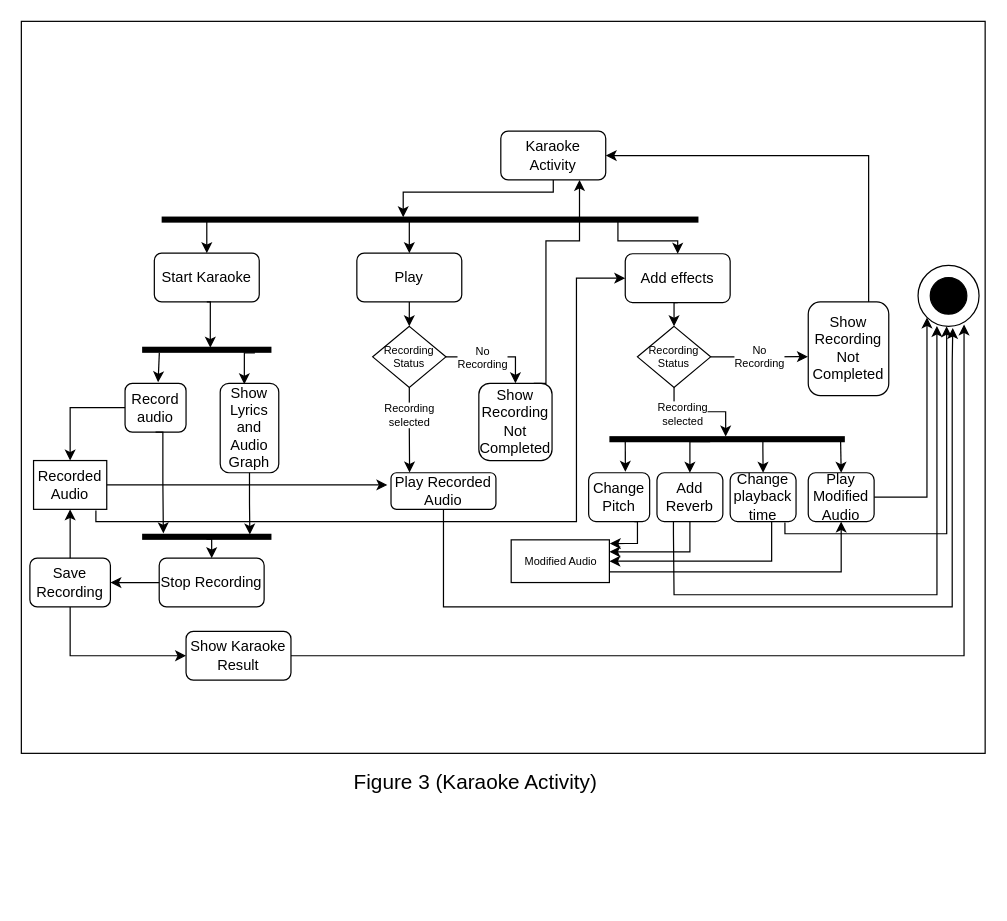
Above: page "Page-3" (3 of 3) of System Analysis/PocketKaraoke Activity Diagram.drawio in FuSan21/PocketKaraoke (draw.io), before the change. Source tidied: cells renumbered, new cells numbered last; positions are measured from the earlier drawing's top-left corner, leaving out a move shared by most shapes. Both pictures are drawn from the tidied source at 122%, with x=0, y=0 at pixel (21, 21).
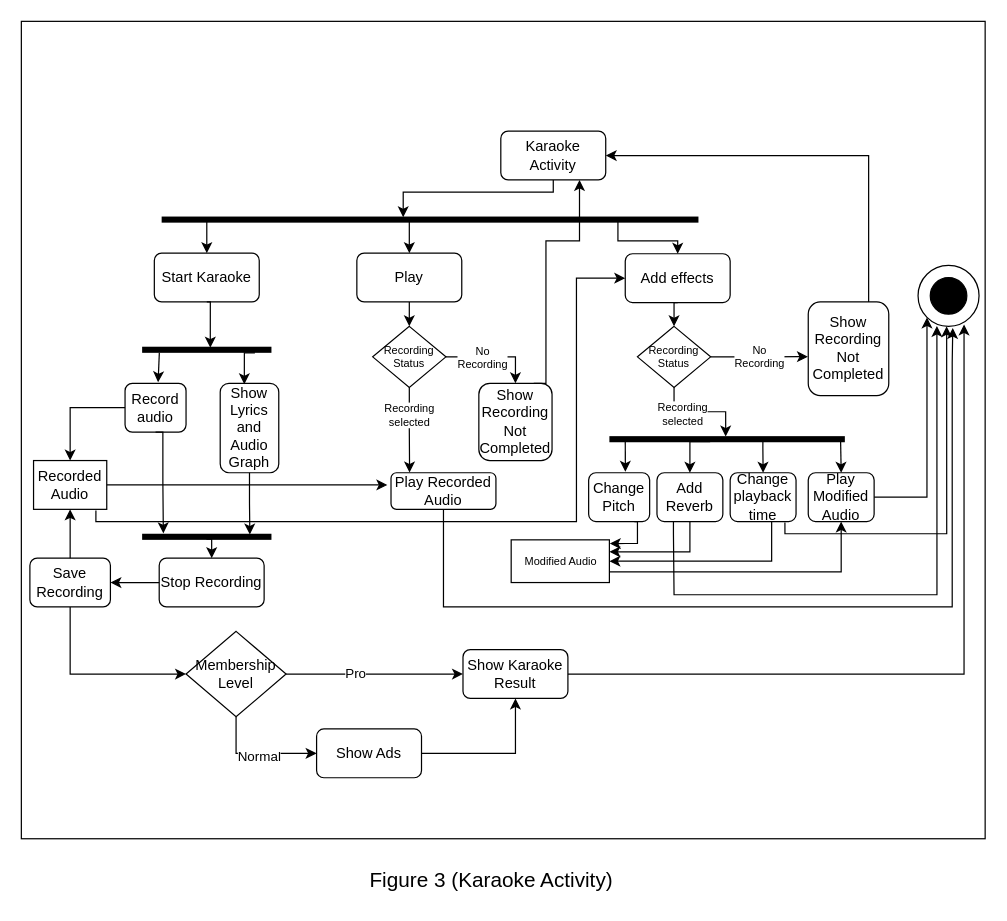
After the change.

The change refers to these unchanged cells:
```xml
<mxCell id="29" value="Save Recording" style="rounded=1;whiteSpace=wrap;html=1;fillColor=none;" parent="1" vertex="1">
  <mxGeometry x="7" y="440" width="66" height="40" as="geometry" />
</mxCell>
<mxCell id="38" style="ellipse;whiteSpace=wrap;html=1;fillColor=none;" parent="1" vertex="1">
  <mxGeometry x="735" y="200" width="50" height="50" as="geometry" />
</mxCell>
```

The edit, as a diff of the source:
```diff
@@
     <mxCell id="2" style="rounded=0;whiteSpace=wrap;html=1;fontSize=17;fillColor=none;" parent="1" vertex="1">
-      <mxGeometry width="790" height="600" as="geometry" />
+      <mxGeometry width="790" height="670" as="geometry" />
     </mxCell>
@@
-    <mxCell id="28" style="edgeStyle=orthogonalEdgeStyle;rounded=0;jettySize=auto;html=1;exitX=0.5;exitY=1;exitDx=0;exitDy=0;entryX=0;entryY=0.5;entryDx=0;entryDy=0;fontSize=9;strokeWidth=1;" parent="1" edge="1" source="29" target="68">
-      <mxGeometry relative="1" as="geometry" />
-    </mxCell>
+    <mxCell id="70" style="edgeStyle=orthogonalEdgeStyle;rounded=0;jettySize=auto;html=1;exitX=0.5;exitY=1;exitDx=0;exitDy=0;entryX=0;entryY=0.5;entryDx=0;entryDy=0;" parent="1" edge="1" source="29" target="75">
+      <mxGeometry relative="1" as="geometry" />
+    </mxCell>
@@
-    <mxCell id="67" style="edgeStyle=orthogonalEdgeStyle;rounded=0;jettySize=auto;html=1;exitX=1;exitY=0.5;exitDx=0;exitDy=0;fontSize=9;strokeWidth=1;entryX=0.754;entryY=0.969;entryDx=0;entryDy=0;entryPerimeter=0;" parent="1" edge="1" source="68" target="38">
+    <mxCell id="67" style="edgeStyle=orthogonalEdgeStyle;rounded=0;jettySize=auto;html=1;exitX=1;exitY=0.5;exitDx=0;exitDy=0;fontSize=9;strokeWidth=1;entryX=0.754;entryY=0.969;entryDx=0;entryDy=0;entryPerimeter=0;startArrow=none;" parent="1" edge="1" source="68" target="38">
       <mxGeometry relative="1" as="geometry" />
     </mxCell>
+    <mxCell id="71" style="edgeStyle=orthogonalEdgeStyle;rounded=0;jettySize=auto;html=1;exitX=1;exitY=0.5;exitDx=0;exitDy=0;entryX=0;entryY=0.5;entryDx=0;entryDy=0;" parent="1" edge="1" source="75" target="68">
+      <mxGeometry relative="1" as="geometry">
+        <Array as="points">
+          <mxPoint x="262" y="535" />
+          <mxPoint x="262" y="535" />
+        </Array>
+      </mxGeometry>
+    </mxCell>
+    <mxCell id="72" value="Pro" style="edgeLabel;html=1;align=center;verticalAlign=middle;" parent="71" vertex="1">
+      <mxGeometry x="-0.23" y="1" relative="1" as="geometry" />
+    </mxCell>
+    <mxCell id="69" value="Figure 3 (Karaoke Activity)" style="text;html=1;align=center;verticalAlign=middle;strokeColor=none;fillColor=none;fontSize=17;" parent="1" vertex="1">
+      <mxGeometry x="275" y="690" width="220" height="30" as="geometry" />
+    </mxCell>
     <mxCell id="68" value="Show Karaoke Result" style="rounded=1;whiteSpace=wrap;html=1;fillColor=none;" parent="1" vertex="1">
-      <mxGeometry x="135" y="500" width="86" height="40" as="geometry" />
+      <mxGeometry x="362" y="515" width="86" height="40" as="geometry" />
     </mxCell>
-    <mxCell id="69" value="Figure 3 (Karaoke Activity)" style="text;html=1;align=center;verticalAlign=middle;strokeColor=none;fillColor=none;fontSize=17;" parent="1" vertex="1">
-      <mxGeometry x="262" y="610" width="220" height="30" as="geometry" />
-    </mxCell>
+    <mxCell id="73" style="edgeStyle=orthogonalEdgeStyle;rounded=0;jettySize=auto;html=1;exitX=0.5;exitY=1;exitDx=0;exitDy=0;entryX=0;entryY=0.5;entryDx=0;entryDy=0;" parent="1" edge="1" source="75" target="77">
+      <mxGeometry relative="1" as="geometry" />
+    </mxCell>
+    <mxCell id="74" value="Normal" style="edgeLabel;html=1;align=center;verticalAlign=middle;" parent="73" vertex="1">
+      <mxGeometry y="-2" relative="1" as="geometry" />
+    </mxCell>
+    <mxCell id="75" value="Membership Level" style="rhombus;whiteSpace=wrap;html=1;" parent="1" vertex="1">
+      <mxGeometry x="135" y="500" width="82" height="70" as="geometry" />
+    </mxCell>
+    <mxCell id="76" style="edgeStyle=orthogonalEdgeStyle;rounded=0;jettySize=auto;html=1;exitX=1;exitY=0.5;exitDx=0;exitDy=0;entryX=0.5;entryY=1;entryDx=0;entryDy=0;" parent="1" edge="1" source="77" target="68">
+      <mxGeometry relative="1" as="geometry" />
+    </mxCell>
+    <mxCell id="77" value="Show Ads" style="rounded=1;whiteSpace=wrap;html=1;fillColor=none;" parent="1" vertex="1">
+      <mxGeometry x="242" y="580" width="86" height="40" as="geometry" />
+    </mxCell>
```
